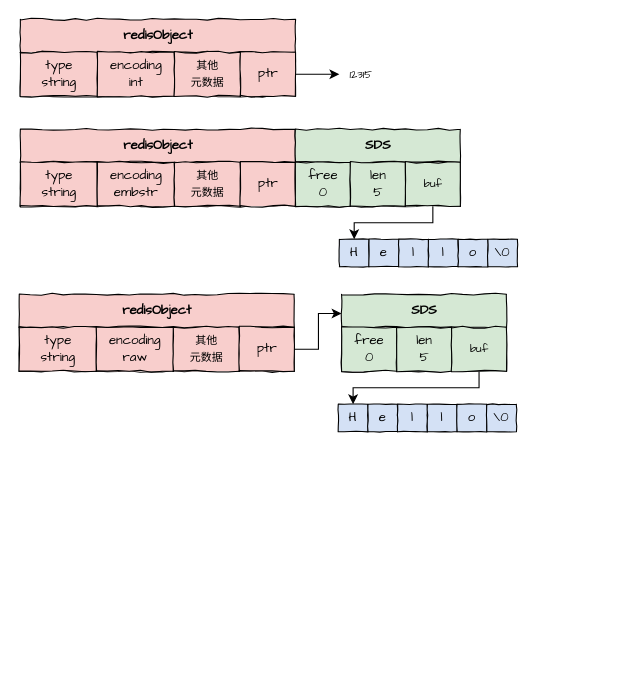
This is Redis基础数据结构.drawio from Allenzsy/javanote, a draw.io file, before an edit. Source tidied: cells renumbered, new cells numbered last; positions are measured from the earlier drawing's top-left corner, leaving out a move shared by most shapes. Both pictures are drawn from the tidied source at 110%, with x=0, y=0 at pixel (19, 19).
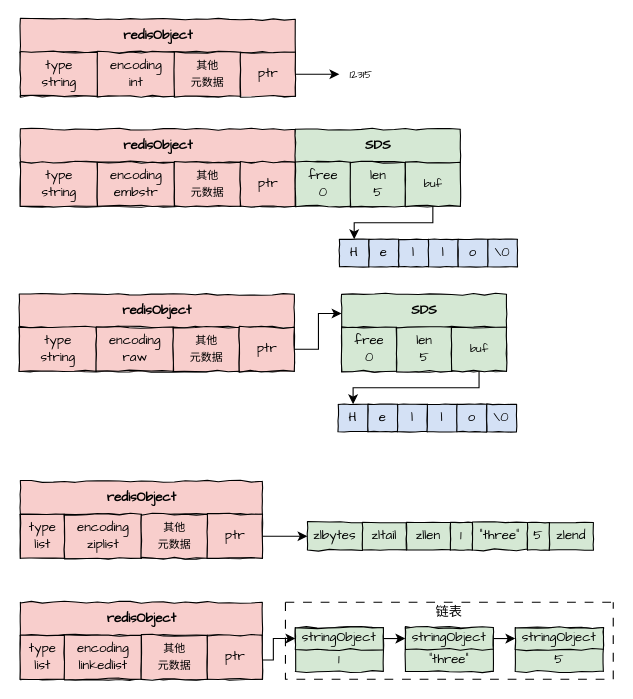
The same diagram, later.

Commit message:
更新Redis基础数据结构.drawio

Diff of the diagram source:
```diff
@@
-    <mxCell id="9" value="&lt;font style=&quot;&quot;&gt;redisObject&lt;/font&gt;" style="swimlane;startSize=30;html=1;comic=1;strokeColor=default;fontFamily=Comic Sans MS;fontSize=12;fontColor=default;fillColor=#F8CECC;" parent="1" vertex="1">
-      <mxGeometry y="250" width="250" height="70" as="geometry" />
-    </mxCell>
-    <mxCell id="10" value="&lt;span style=&quot;font-weight: normal;&quot;&gt;type&lt;br&gt;string&lt;br&gt;&lt;/span&gt;" style="swimlane;startSize=50;html=1;comic=1;strokeColor=default;fontFamily=Comic Sans MS;fontSize=12;fontColor=default;fillColor=#F8CECC;" parent="9" vertex="1">
-      <mxGeometry y="30" width="70" height="40" as="geometry" />
-    </mxCell>
-    <mxCell id="11" value="&lt;span style=&quot;font-weight: 400;&quot;&gt;encoding&lt;br&gt;raw&lt;br&gt;&lt;/span&gt;" style="swimlane;startSize=50;html=1;comic=1;strokeColor=default;fontFamily=Comic Sans MS;fontSize=12;fontColor=default;fillColor=#F8CECC;" parent="9" vertex="1">
-      <mxGeometry x="70" y="30" width="70" height="40" as="geometry" />
-    </mxCell>
-    <mxCell id="12" value="&lt;span style=&quot;font-weight: normal;&quot;&gt;&lt;font style=&quot;font-size: 10px;&quot;&gt;其他&lt;br&gt;元数据&lt;/font&gt;&lt;/span&gt;" style="swimlane;startSize=50;html=1;comic=1;strokeColor=default;fontFamily=Comic Sans MS;fontSize=12;fontColor=default;fillColor=#F8CECC;" parent="9" vertex="1">
-      <mxGeometry x="140" y="30" width="60" height="40" as="geometry" />
-    </mxCell>
-    <mxCell id="13" value="&lt;span style=&quot;font-weight: normal;&quot;&gt;ptr&lt;/span&gt;" style="swimlane;startSize=50;html=1;comic=1;strokeColor=default;fontFamily=Comic Sans MS;fontSize=12;fontColor=default;fillColor=#F8CECC;" parent="9" vertex="1">
-      <mxGeometry x="200" y="30" width="50" height="40" as="geometry" />
-    </mxCell>
-    <mxCell id="14" style="endArrow=classic;html=1;rounded=0;fontFamily=Comic Sans MS;fontSize=12;fontColor=default;startSize=50;exitX=1;exitY=0.5;exitDx=0;exitDy=0;entryX=0;entryY=0.25;entryDx=0;entryDy=0;strokeColor=default;edgeStyle=elbowEdgeStyle;" parent="1" edge="1" source="13" target="16">
-      <mxGeometry relative="1" as="geometry" />
-    </mxCell>
-    <mxCell id="15" style="edgeStyle=elbowEdgeStyle;rounded=0;jettySize=auto;html=1;exitX=0.5;exitY=1;exitDx=0;exitDy=0;strokeColor=default;fontFamily=Comic Sans MS;fontSize=12;fontColor=default;startSize=50;entryX=0.5;entryY=0;entryDx=0;entryDy=0;elbow=vertical;" parent="1" edge="1" source="19" target="21">
-      <mxGeometry relative="1" as="geometry" />
-    </mxCell>
-    <mxCell id="16" value="&lt;font style=&quot;&quot;&gt;SDS&lt;/font&gt;" style="swimlane;startSize=30;html=1;comic=1;strokeColor=default;fontFamily=Comic Sans MS;fontSize=12;fontColor=default;fillColor=#D5E8D4;" parent="1" vertex="1">
-      <mxGeometry x="293" y="250" width="150" height="70" as="geometry" />
-    </mxCell>
-    <mxCell id="17" value="&lt;span style=&quot;font-weight: normal;&quot;&gt;free&lt;br&gt;0&lt;br&gt;&lt;/span&gt;" style="swimlane;startSize=50;html=1;comic=1;strokeColor=default;fontFamily=Comic Sans MS;fontSize=12;fontColor=default;fillColor=#D5E8D4;" parent="1" vertex="1">
-      <mxGeometry x="293" y="280" width="50" height="40" as="geometry" />
-    </mxCell>
-    <mxCell id="18" value="&lt;span style=&quot;font-weight: 400;&quot;&gt;len&lt;br&gt;5&lt;br&gt;&lt;/span&gt;" style="swimlane;startSize=50;html=1;comic=1;strokeColor=default;fontFamily=Comic Sans MS;fontSize=12;fontColor=default;fillColor=#D5E8D4;" parent="1" vertex="1">
-      <mxGeometry x="343" y="280" width="50" height="40" as="geometry" />
-    </mxCell>
-    <mxCell id="19" value="&lt;span style=&quot;font-size: 10px; font-weight: 400;&quot;&gt;buf&lt;/span&gt;" style="swimlane;startSize=50;html=1;comic=1;strokeColor=default;fontFamily=Comic Sans MS;fontSize=12;fontColor=default;fillColor=#D5E8D4;" parent="1" vertex="1">
-      <mxGeometry x="393" y="280" width="50" height="40" as="geometry" />
-    </mxCell>
-    <mxCell id="20" style="group;" parent="1" vertex="1">
-      <mxGeometry x="290" y="350" width="162" height="25" as="geometry" />
-    </mxCell>
-    <mxCell id="21" value="H" style="rounded=0;whiteSpace=wrap;html=1;comic=1;strokeColor=default;fontFamily=Comic Sans MS;fontSize=12;fontColor=default;startSize=50;fillColor=#D4E1F5;" parent="20" vertex="1">
-      <mxGeometry width="27" height="25" as="geometry" />
-    </mxCell>
-    <mxCell id="22" value="e" style="rounded=0;whiteSpace=wrap;html=1;comic=1;strokeColor=default;fontFamily=Comic Sans MS;fontSize=12;fontColor=default;startSize=50;fillColor=#D4E1F5;" parent="20" vertex="1">
-      <mxGeometry x="27" width="27" height="25" as="geometry" />
-    </mxCell>
-    <mxCell id="23" value="l" style="rounded=0;whiteSpace=wrap;html=1;comic=1;strokeColor=default;fontFamily=Comic Sans MS;fontSize=12;fontColor=default;startSize=50;fillColor=#D4E1F5;" parent="20" vertex="1">
-      <mxGeometry x="54" width="27" height="25" as="geometry" />
-    </mxCell>
-    <mxCell id="24" value="l" style="rounded=0;whiteSpace=wrap;html=1;comic=1;strokeColor=default;fontFamily=Comic Sans MS;fontSize=12;fontColor=default;startSize=50;fillColor=#D4E1F5;" parent="20" vertex="1">
-      <mxGeometry x="81" width="27" height="25" as="geometry" />
-    </mxCell>
-    <mxCell id="25" value="o" style="rounded=0;whiteSpace=wrap;html=1;comic=1;strokeColor=default;fontFamily=Comic Sans MS;fontSize=12;fontColor=default;startSize=50;fillColor=#D4E1F5;" parent="20" vertex="1">
-      <mxGeometry x="108" width="27" height="25" as="geometry" />
-    </mxCell>
-    <mxCell id="26" value="\0" style="rounded=0;whiteSpace=wrap;html=1;comic=1;strokeColor=default;fontFamily=Comic Sans MS;fontSize=12;fontColor=default;startSize=50;fillColor=#D4E1F5;" parent="20" vertex="1">
-      <mxGeometry x="135" width="27" height="25" as="geometry" />
-    </mxCell>
@@
+    <mxCell id="46" style="group;" parent="1" vertex="1">
+      <mxGeometry y="250" width="452" height="125" as="geometry" />
+    </mxCell>
+    <mxCell id="9" value="&lt;font style=&quot;&quot;&gt;redisObject&lt;/font&gt;" style="swimlane;startSize=30;html=1;comic=1;strokeColor=default;fontFamily=Comic Sans MS;fontSize=12;fontColor=default;fillColor=#F8CECC;" parent="46" vertex="1">
+      <mxGeometry width="250" height="70" as="geometry" />
+    </mxCell>
+    <mxCell id="10" value="&lt;span style=&quot;font-weight: normal;&quot;&gt;type&lt;br&gt;string&lt;br&gt;&lt;/span&gt;" style="swimlane;startSize=50;html=1;comic=1;strokeColor=default;fontFamily=Comic Sans MS;fontSize=12;fontColor=default;fillColor=#F8CECC;" parent="9" vertex="1">
+      <mxGeometry y="30" width="70" height="40" as="geometry" />
+    </mxCell>
+    <mxCell id="11" value="&lt;span style=&quot;font-weight: 400;&quot;&gt;encoding&lt;br&gt;raw&lt;br&gt;&lt;/span&gt;" style="swimlane;startSize=50;html=1;comic=1;strokeColor=default;fontFamily=Comic Sans MS;fontSize=12;fontColor=default;fillColor=#F8CECC;" parent="9" vertex="1">
+      <mxGeometry x="70" y="30" width="70" height="40" as="geometry" />
+    </mxCell>
+    <mxCell id="12" value="&lt;span style=&quot;font-weight: normal;&quot;&gt;&lt;font style=&quot;font-size: 10px;&quot;&gt;其他&lt;br&gt;元数据&lt;/font&gt;&lt;/span&gt;" style="swimlane;startSize=50;html=1;comic=1;strokeColor=default;fontFamily=Comic Sans MS;fontSize=12;fontColor=default;fillColor=#F8CECC;" parent="9" vertex="1">
+      <mxGeometry x="140" y="30" width="60" height="40" as="geometry" />
+    </mxCell>
+    <mxCell id="13" value="&lt;span style=&quot;font-weight: normal;&quot;&gt;ptr&lt;/span&gt;" style="swimlane;startSize=50;html=1;comic=1;strokeColor=default;fontFamily=Comic Sans MS;fontSize=12;fontColor=default;fillColor=#F8CECC;" parent="9" vertex="1">
+      <mxGeometry x="200" y="30" width="50" height="40" as="geometry" />
+    </mxCell>
+    <mxCell id="14" style="endArrow=classic;html=1;rounded=0;fontFamily=Comic Sans MS;fontSize=12;fontColor=default;startSize=50;exitX=1;exitY=0.5;exitDx=0;exitDy=0;entryX=0;entryY=0.25;entryDx=0;entryDy=0;strokeColor=default;edgeStyle=elbowEdgeStyle;" parent="46" edge="1" source="13" target="16">
+      <mxGeometry relative="1" as="geometry" />
+    </mxCell>
+    <mxCell id="16" value="&lt;font style=&quot;&quot;&gt;SDS&lt;/font&gt;" style="swimlane;startSize=30;html=1;comic=1;strokeColor=default;fontFamily=Comic Sans MS;fontSize=12;fontColor=default;fillColor=#D5E8D4;" parent="46" vertex="1">
+      <mxGeometry x="293" width="150" height="70" as="geometry" />
+    </mxCell>
+    <mxCell id="17" value="&lt;span style=&quot;font-weight: normal;&quot;&gt;free&lt;br&gt;0&lt;br&gt;&lt;/span&gt;" style="swimlane;startSize=50;html=1;comic=1;strokeColor=default;fontFamily=Comic Sans MS;fontSize=12;fontColor=default;fillColor=#D5E8D4;" parent="46" vertex="1">
+      <mxGeometry x="293" y="30" width="50" height="40" as="geometry" />
+    </mxCell>
+    <mxCell id="18" value="&lt;span style=&quot;font-weight: 400;&quot;&gt;len&lt;br&gt;5&lt;br&gt;&lt;/span&gt;" style="swimlane;startSize=50;html=1;comic=1;strokeColor=default;fontFamily=Comic Sans MS;fontSize=12;fontColor=default;fillColor=#D5E8D4;" parent="46" vertex="1">
+      <mxGeometry x="343" y="30" width="50" height="40" as="geometry" />
+    </mxCell>
+    <mxCell id="19" value="&lt;span style=&quot;font-size: 10px; font-weight: 400;&quot;&gt;buf&lt;/span&gt;" style="swimlane;startSize=50;html=1;comic=1;strokeColor=default;fontFamily=Comic Sans MS;fontSize=12;fontColor=default;fillColor=#D5E8D4;" parent="46" vertex="1">
+      <mxGeometry x="393" y="30" width="50" height="40" as="geometry" />
+    </mxCell>
+    <mxCell id="20" style="group;" parent="46" vertex="1">
+      <mxGeometry x="290" y="100" width="162" height="25" as="geometry" />
+    </mxCell>
+    <mxCell id="21" value="H" style="rounded=0;whiteSpace=wrap;html=1;comic=1;strokeColor=default;fontFamily=Comic Sans MS;fontSize=12;fontColor=default;startSize=50;fillColor=#D4E1F5;" parent="20" vertex="1">
+      <mxGeometry width="27" height="25" as="geometry" />
+    </mxCell>
+    <mxCell id="22" value="e" style="rounded=0;whiteSpace=wrap;html=1;comic=1;strokeColor=default;fontFamily=Comic Sans MS;fontSize=12;fontColor=default;startSize=50;fillColor=#D4E1F5;" parent="20" vertex="1">
+      <mxGeometry x="27" width="27" height="25" as="geometry" />
+    </mxCell>
+    <mxCell id="23" value="l" style="rounded=0;whiteSpace=wrap;html=1;comic=1;strokeColor=default;fontFamily=Comic Sans MS;fontSize=12;fontColor=default;startSize=50;fillColor=#D4E1F5;" parent="20" vertex="1">
+      <mxGeometry x="54" width="27" height="25" as="geometry" />
+    </mxCell>
+    <mxCell id="24" value="l" style="rounded=0;whiteSpace=wrap;html=1;comic=1;strokeColor=default;fontFamily=Comic Sans MS;fontSize=12;fontColor=default;startSize=50;fillColor=#D4E1F5;" parent="20" vertex="1">
+      <mxGeometry x="81" width="27" height="25" as="geometry" />
+    </mxCell>
+    <mxCell id="25" value="o" style="rounded=0;whiteSpace=wrap;html=1;comic=1;strokeColor=default;fontFamily=Comic Sans MS;fontSize=12;fontColor=default;startSize=50;fillColor=#D4E1F5;" parent="20" vertex="1">
+      <mxGeometry x="108" width="27" height="25" as="geometry" />
+    </mxCell>
+    <mxCell id="26" value="\0" style="rounded=0;whiteSpace=wrap;html=1;comic=1;strokeColor=default;fontFamily=Comic Sans MS;fontSize=12;fontColor=default;startSize=50;fillColor=#D4E1F5;" parent="20" vertex="1">
+      <mxGeometry x="135" width="27" height="25" as="geometry" />
+    </mxCell>
+    <mxCell id="15" style="edgeStyle=elbowEdgeStyle;rounded=0;jettySize=auto;html=1;exitX=0.5;exitY=1;exitDx=0;exitDy=0;strokeColor=default;fontFamily=Comic Sans MS;fontSize=12;fontColor=default;startSize=50;entryX=0.5;entryY=0;entryDx=0;entryDy=0;elbow=vertical;" parent="46" edge="1" source="19" target="21">
+      <mxGeometry relative="1" as="geometry" />
+    </mxCell>
+    <mxCell id="47" style="edgeStyle=orthogonalEdgeStyle;rounded=0;jettySize=auto;html=1;exitX=1;exitY=0.75;exitDx=0;exitDy=0;entryX=0;entryY=0.5;entryDx=0;entryDy=0;" parent="1" edge="1" source="48" target="59">
+      <mxGeometry relative="1" as="geometry">
+        <Array as="points">
+          <mxPoint x="231" y="583" />
+          <mxPoint x="231" y="563" />
+        </Array>
+      </mxGeometry>
+    </mxCell>
+    <mxCell id="48" value="&lt;font style=&quot;&quot;&gt;redisObject&lt;/font&gt;" style="swimlane;startSize=30;html=1;comic=1;strokeColor=default;fontFamily=Comic Sans MS;fontSize=12;fontColor=default;fillColor=#F8CECC;" parent="1" vertex="1">
+      <mxGeometry x="1" y="530" width="220" height="70" as="geometry" />
+    </mxCell>
+    <mxCell id="49" value="&lt;span style=&quot;font-weight: normal;&quot;&gt;type&lt;br&gt;list&lt;br&gt;&lt;/span&gt;" style="swimlane;startSize=50;html=1;comic=1;strokeColor=default;fontFamily=Comic Sans MS;fontSize=12;fontColor=default;fillColor=#F8CECC;" parent="48" vertex="1">
+      <mxGeometry y="30" width="40" height="40" as="geometry" />
+    </mxCell>
+    <mxCell id="50" value="&lt;span style=&quot;font-weight: 400;&quot;&gt;encoding&lt;br&gt;linkedlist&lt;br&gt;&lt;/span&gt;" style="swimlane;startSize=50;html=1;comic=1;strokeColor=default;fontFamily=Comic Sans MS;fontSize=12;fontColor=default;fillColor=#F8CECC;" parent="48" vertex="1">
+      <mxGeometry x="40" y="30" width="70" height="40" as="geometry" />
+    </mxCell>
+    <mxCell id="51" value="&lt;span style=&quot;font-weight: normal;&quot;&gt;&lt;font style=&quot;font-size: 10px;&quot;&gt;其他&lt;br&gt;元数据&lt;/font&gt;&lt;/span&gt;" style="swimlane;startSize=50;html=1;comic=1;strokeColor=default;fontFamily=Comic Sans MS;fontSize=12;fontColor=default;fillColor=#F8CECC;" parent="48" vertex="1">
+      <mxGeometry x="110" y="30" width="60" height="40" as="geometry" />
+    </mxCell>
+    <mxCell id="52" value="&lt;span style=&quot;font-weight: normal;&quot;&gt;ptr&lt;/span&gt;" style="swimlane;startSize=50;html=1;comic=1;strokeColor=default;fontFamily=Comic Sans MS;fontSize=12;fontColor=default;fillColor=#F8CECC;" parent="48" vertex="1">
+      <mxGeometry x="170" y="30" width="50" height="40" as="geometry" />
+    </mxCell>
+    <mxCell id="53" style="group;" parent="1" vertex="1">
+      <mxGeometry x="242" y="530" width="298" height="70" as="geometry" />
+    </mxCell>
+    <mxCell id="54" style="swimlane;startSize=0;dashed=1;dashPattern=8 8;" parent="53" vertex="1">
+      <mxGeometry width="298" height="70" as="geometry" />
+    </mxCell>
+    <mxCell id="55" value="链表" style="text;html=1;strokeColor=none;fillColor=none;align=center;verticalAlign=middle;whiteSpace=wrap;rounded=0;fontFamily=Comic Sans MS;" parent="54" vertex="1">
+      <mxGeometry x="119" width="60" height="20" as="geometry" />
+    </mxCell>
+    <mxCell id="56" style="group;" parent="53" vertex="1">
+      <mxGeometry x="9" y="23" width="280" height="40" as="geometry" />
+    </mxCell>
+    <mxCell id="57" style="group;" parent="56" vertex="1">
+      <mxGeometry width="80" height="40" as="geometry" />
+    </mxCell>
+    <mxCell id="58" style="rounded=0;whiteSpace=wrap;html=1;comic=1;strokeColor=default;fontFamily=Comic Sans MS;fontSize=12;fontColor=default;startSize=50;fillColor=#d5e8d4;verticalAlign=top;" parent="57" vertex="1">
+      <mxGeometry width="80" height="40" as="geometry" />
+    </mxCell>
+    <mxCell id="59" value="stringObject" style="rounded=0;whiteSpace=wrap;html=1;comic=1;strokeColor=default;fontFamily=Comic Sans MS;fontSize=12;fontColor=default;startSize=50;fillColor=#d5e8d4;verticalAlign=middle;" parent="57" vertex="1">
+      <mxGeometry width="80" height="20" as="geometry" />
+    </mxCell>
+    <mxCell id="60" value="1" style="text;html=1;strokeColor=none;fillColor=none;align=center;verticalAlign=middle;whiteSpace=wrap;rounded=0;comic=1;fontFamily=Comic Sans MS;" parent="57" vertex="1">
+      <mxGeometry y="20" width="80" height="20" as="geometry" />
+    </mxCell>
+    <mxCell id="61" style="group;" parent="56" vertex="1">
+      <mxGeometry x="100" width="80" height="40" as="geometry" />
+    </mxCell>
+    <mxCell id="62" style="rounded=0;whiteSpace=wrap;html=1;comic=1;strokeColor=default;fontFamily=Comic Sans MS;fontSize=12;fontColor=default;startSize=50;fillColor=#d5e8d4;verticalAlign=top;" parent="61" vertex="1">
+      <mxGeometry width="80" height="40" as="geometry" />
+    </mxCell>
+    <mxCell id="63" value="stringObject" style="rounded=0;whiteSpace=wrap;html=1;comic=1;strokeColor=default;fontFamily=Comic Sans MS;fontSize=12;fontColor=default;startSize=50;fillColor=#d5e8d4;verticalAlign=middle;" parent="61" vertex="1">
+      <mxGeometry width="80" height="20" as="geometry" />
+    </mxCell>
+    <mxCell id="64" value="&quot;three&quot;" style="text;html=1;strokeColor=none;fillColor=none;align=center;verticalAlign=middle;whiteSpace=wrap;rounded=0;comic=1;fontFamily=Comic Sans MS;" parent="61" vertex="1">
+      <mxGeometry y="20" width="80" height="20" as="geometry" />
+    </mxCell>
+    <mxCell id="65" style="group;" parent="56" vertex="1">
+      <mxGeometry x="200" width="80" height="40" as="geometry" />
+    </mxCell>
+    <mxCell id="66" style="rounded=0;whiteSpace=wrap;html=1;comic=1;strokeColor=default;fontFamily=Comic Sans MS;fontSize=12;fontColor=default;startSize=50;fillColor=#d5e8d4;verticalAlign=top;" parent="65" vertex="1">
+      <mxGeometry width="80" height="40" as="geometry" />
+    </mxCell>
+    <mxCell id="67" value="stringObject" style="rounded=0;whiteSpace=wrap;html=1;comic=1;strokeColor=default;fontFamily=Comic Sans MS;fontSize=12;fontColor=default;startSize=50;fillColor=#d5e8d4;verticalAlign=middle;" parent="65" vertex="1">
+      <mxGeometry width="80" height="20" as="geometry" />
+    </mxCell>
+    <mxCell id="68" value="5" style="text;html=1;strokeColor=none;fillColor=none;align=center;verticalAlign=middle;whiteSpace=wrap;rounded=0;comic=1;fontFamily=Comic Sans MS;" parent="65" vertex="1">
+      <mxGeometry y="20" width="80" height="20" as="geometry" />
+    </mxCell>
+    <mxCell id="69" style="edgeStyle=orthogonalEdgeStyle;rounded=0;jettySize=auto;html=1;exitX=1;exitY=0.5;exitDx=0;exitDy=0;entryX=0;entryY=0.5;entryDx=0;entryDy=0;" parent="56" edge="1" source="59" target="63">
+      <mxGeometry relative="1" as="geometry" />
+    </mxCell>
+    <mxCell id="70" style="edgeStyle=orthogonalEdgeStyle;rounded=0;jettySize=auto;html=1;exitX=1;exitY=0.5;exitDx=0;exitDy=0;entryX=0;entryY=0.5;entryDx=0;entryDy=0;" parent="56" edge="1" source="63" target="67">
+      <mxGeometry relative="1" as="geometry" />
+    </mxCell>
+    <mxCell id="71" value="&lt;font style=&quot;&quot;&gt;redisObject&lt;/font&gt;" style="swimlane;startSize=30;html=1;comic=1;strokeColor=default;fontFamily=Comic Sans MS;fontSize=12;fontColor=default;fillColor=#F8CECC;" parent="1" vertex="1">
+      <mxGeometry x="1" y="420" width="220" height="70" as="geometry" />
+    </mxCell>
+    <mxCell id="72" value="&lt;span style=&quot;font-weight: normal;&quot;&gt;type&lt;br&gt;list&lt;br&gt;&lt;/span&gt;" style="swimlane;startSize=50;html=1;comic=1;strokeColor=default;fontFamily=Comic Sans MS;fontSize=12;fontColor=default;fillColor=#F8CECC;" parent="71" vertex="1">
+      <mxGeometry y="30" width="40" height="40" as="geometry" />
+    </mxCell>
+    <mxCell id="73" value="&lt;span style=&quot;font-weight: 400;&quot;&gt;encoding&lt;br&gt;ziplist&lt;br&gt;&lt;/span&gt;" style="swimlane;startSize=50;html=1;comic=1;strokeColor=default;fontFamily=Comic Sans MS;fontSize=12;fontColor=default;fillColor=#F8CECC;" parent="71" vertex="1">
+      <mxGeometry x="40" y="30" width="70" height="40" as="geometry" />
+    </mxCell>
+    <mxCell id="74" value="&lt;span style=&quot;font-weight: normal;&quot;&gt;&lt;font style=&quot;font-size: 10px;&quot;&gt;其他&lt;br&gt;元数据&lt;/font&gt;&lt;/span&gt;" style="swimlane;startSize=50;html=1;comic=1;strokeColor=default;fontFamily=Comic Sans MS;fontSize=12;fontColor=default;fillColor=#F8CECC;" parent="71" vertex="1">
+      <mxGeometry x="110" y="30" width="60" height="40" as="geometry" />
+    </mxCell>
+    <mxCell id="75" value="&lt;span style=&quot;font-weight: normal;&quot;&gt;ptr&lt;/span&gt;" style="swimlane;startSize=50;html=1;comic=1;strokeColor=default;fontFamily=Comic Sans MS;fontSize=12;fontColor=default;fillColor=#F8CECC;" parent="71" vertex="1">
+      <mxGeometry x="170" y="30" width="50" height="40" as="geometry" />
+    </mxCell>
+    <mxCell id="76" style="endArrow=classic;html=1;rounded=0;fontFamily=Comic Sans MS;fontSize=12;fontColor=default;startSize=50;exitX=1;exitY=0.5;exitDx=0;exitDy=0;strokeColor=default;edgeStyle=elbowEdgeStyle;entryX=0;entryY=0.5;entryDx=0;entryDy=0;" parent="1" edge="1" source="75" target="80">
+      <mxGeometry relative="1" as="geometry" />
+    </mxCell>
+    <mxCell id="77" style="group;" parent="1" vertex="1">
+      <mxGeometry x="262" y="457.5" width="260" height="25" as="geometry" />
+    </mxCell>
+    <mxCell id="78" value="1" style="rounded=0;whiteSpace=wrap;html=1;comic=1;strokeColor=default;fontFamily=Comic Sans MS;fontSize=12;fontColor=default;startSize=50;fillColor=#d5e8d4;" parent="77" vertex="1">
+      <mxGeometry x="130" width="20" height="25" as="geometry" />
+    </mxCell>
+    <mxCell id="79" value="zltail" style="rounded=0;whiteSpace=wrap;html=1;comic=1;strokeColor=default;fontFamily=Comic Sans MS;fontSize=12;fontColor=default;startSize=50;fillColor=#d5e8d4;" parent="77" vertex="1">
+      <mxGeometry x="50" width="40" height="25" as="geometry" />
+    </mxCell>
+    <mxCell id="80" value="zlbytes" style="rounded=0;whiteSpace=wrap;html=1;comic=1;strokeColor=default;fontFamily=Comic Sans MS;fontSize=12;fontColor=default;startSize=50;fillColor=#d5e8d4;" parent="77" vertex="1">
+      <mxGeometry width="50" height="25" as="geometry" />
+    </mxCell>
+    <mxCell id="81" value="zllen" style="rounded=0;whiteSpace=wrap;html=1;comic=1;strokeColor=default;fontFamily=Comic Sans MS;fontSize=12;fontColor=default;startSize=50;fillColor=#d5e8d4;" parent="77" vertex="1">
+      <mxGeometry x="90" width="40" height="25" as="geometry" />
+    </mxCell>
+    <mxCell id="82" value="&quot;three&quot;" style="rounded=0;whiteSpace=wrap;html=1;comic=1;strokeColor=default;fontFamily=Comic Sans MS;fontSize=12;fontColor=default;startSize=50;fillColor=#d5e8d4;" parent="77" vertex="1">
+      <mxGeometry x="150" width="50" height="25" as="geometry" />
+    </mxCell>
+    <mxCell id="83" value="5" style="rounded=0;whiteSpace=wrap;html=1;comic=1;strokeColor=default;fontFamily=Comic Sans MS;fontSize=12;fontColor=default;startSize=50;fillColor=#d5e8d4;" parent="77" vertex="1">
+      <mxGeometry x="200" width="20" height="25" as="geometry" />
+    </mxCell>
+    <mxCell id="84" value="zlend" style="rounded=0;whiteSpace=wrap;html=1;comic=1;strokeColor=default;fontFamily=Comic Sans MS;fontSize=12;fontColor=default;startSize=50;fillColor=#d5e8d4;" parent="77" vertex="1">
+      <mxGeometry x="220" width="40" height="25" as="geometry" />
+    </mxCell>
```
